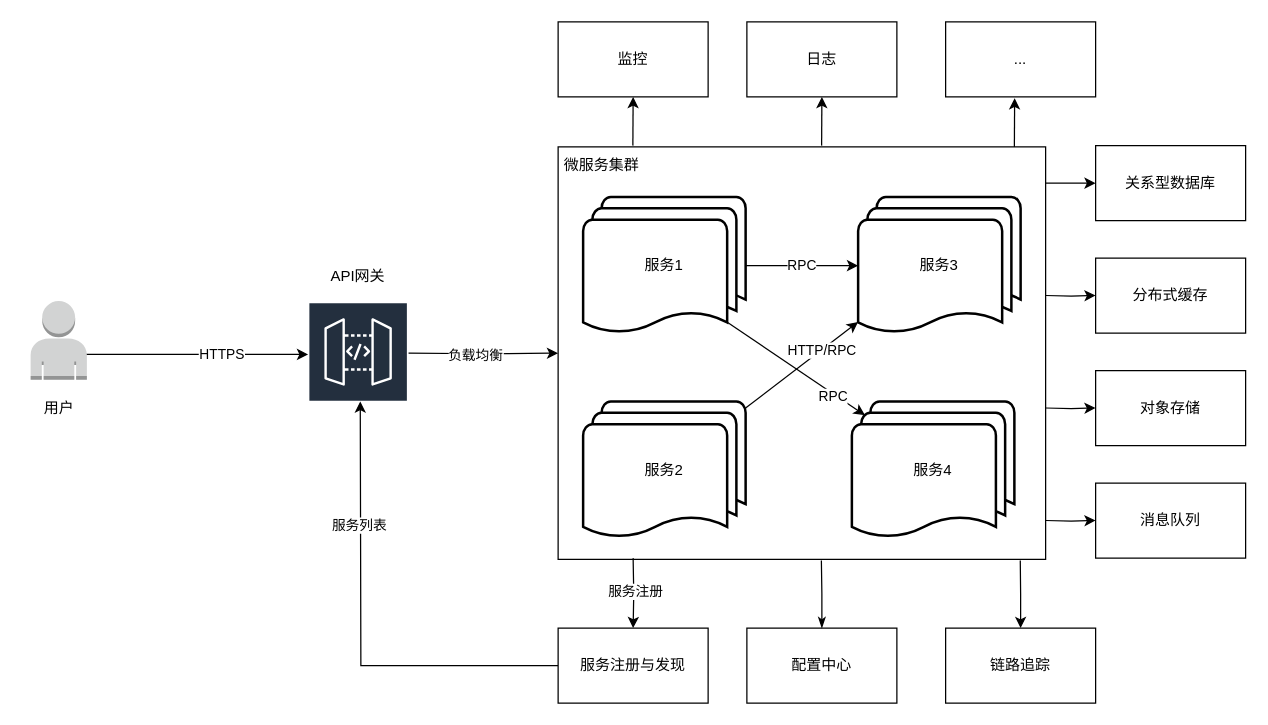
This is 微服务架构图.drawio from Lainy0605/graduate, a draw.io file, before an edit. Source tidied: cells renumbered, new cells numbered last; positions are measured from the earlier drawing's top-left corner, leaving out a move shared by most shapes. Both pictures are drawn from the tidied source at 125%, with x=0, y=0 at pixel (21, 21).
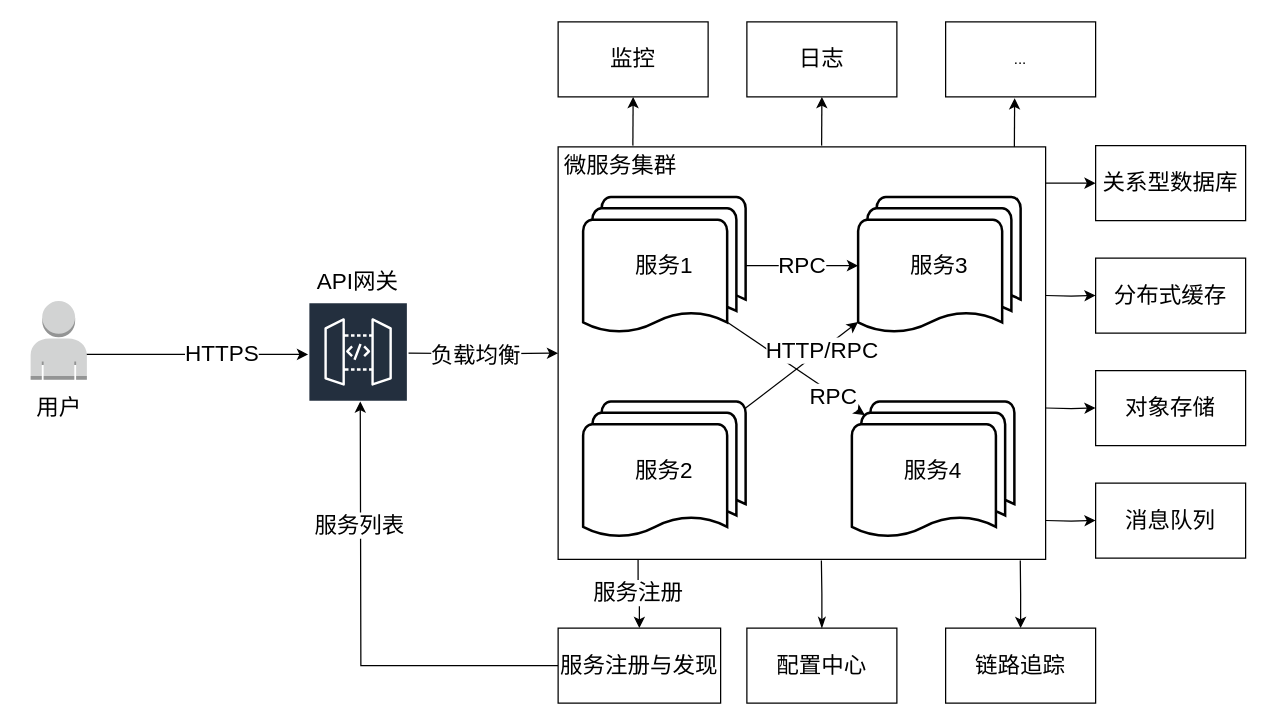
After the change.

Commit message:
更新微服务架构图.drawio

Unchanged cells that the change refers to:
```xml
<mxCell id="2" style="rounded=0;whiteSpace=wrap;html=1;" parent="1" vertex="1">
  <mxGeometry x="429" y="100" width="390" height="330" as="geometry" />
</mxCell>
<mxCell id="3" style="edgeStyle=orthogonalEdgeStyle;rounded=0;orthogonalLoop=1;jettySize=auto;html=1;" parent="1" edge="1">
  <mxGeometry relative="1" as="geometry">
    <mxPoint x="49" y="266" as="sourcePoint" />
    <mxPoint x="229" y="266" as="targetPoint" />
  </mxGeometry>
</mxCell>
<mxCell id="10" style="edgeStyle=orthogonalEdgeStyle;rounded=0;jettySize=auto;html=1;entryX=0;entryY=0.5;entryDx=0;entryDy=0;" parent="1" edge="1" target="2">
  <mxGeometry relative="1" as="geometry">
    <mxPoint x="309.3" y="265" as="sourcePoint" />
  </mxGeometry>
</mxCell>
<mxCell id="12" style="edgeStyle=orthogonalEdgeStyle;rounded=0;jettySize=auto;html=1;" parent="1" edge="1" source="14">
  <mxGeometry relative="1" as="geometry">
    <mxPoint x="270.7" y="303.6" as="targetPoint" />
  </mxGeometry>
</mxCell>
<mxCell id="28" style="rounded=0;jettySize=auto;html=1;entryX=0;entryY=0.91;entryDx=0;entryDy=0;entryPerimeter=0;" parent="1" edge="1" source="25" target="26">
  <mxGeometry relative="1" as="geometry" />
</mxCell>
```

Diff of the diagram source:
```diff
@@
-    <mxCell id="4" value="HTTPS" style="edgeLabel;html=1;align=center;verticalAlign=middle;" parent="3" vertex="1">
+    <mxCell id="4" value="&lt;font style=&quot;font-size: 18px;&quot;&gt;HTTPS&lt;/font&gt;" style="edgeLabel;html=1;align=center;verticalAlign=middle;" parent="3" vertex="1">
       <mxGeometry x="-0.13" y="1" relative="1" as="geometry">
         <mxPoint x="32" as="offset" />
       </mxGeometry>
     </mxCell>
-    <mxCell id="5" style="edgeStyle=orthogonalEdgeStyle;rounded=0;jettySize=auto;html=1;" parent="1" edge="1" target="14">
-      <mxGeometry relative="1" as="geometry">
-        <mxPoint x="489" y="429" as="sourcePoint" />
-      </mxGeometry>
+    <mxCell id="5" style="edgeStyle=orthogonalEdgeStyle;rounded=0;jettySize=auto;html=1;exitX=0.164;exitY=1.001;exitDx=0;exitDy=0;exitPerimeter=0;" parent="1" edge="1" source="2" target="14">
+      <mxGeometry relative="1" as="geometry" />
     </mxCell>
-    <mxCell id="6" value="服务注册" style="edgeLabel;html=1;align=center;verticalAlign=middle;" parent="5" vertex="1">
+    <mxCell id="6" value="&lt;font style=&quot;font-size: 18px;&quot;&gt;服务注册&lt;/font&gt;" style="edgeLabel;html=1;align=center;verticalAlign=middle;" parent="5" vertex="1">
       <mxGeometry x="-0.04" y="1" relative="1" as="geometry" />
     </mxCell>
-    <mxCell id="7" value="RPC" style="rounded=0;jettySize=auto;html=1;entryX=0;entryY=0.5;entryDx=0;entryDy=0;entryPerimeter=0;" parent="1" edge="1" source="8" target="26">
+    <mxCell id="7" value="&lt;font style=&quot;font-size: 18px;&quot;&gt;RPC&lt;/font&gt;" style="rounded=0;jettySize=auto;html=1;entryX=0;entryY=0.5;entryDx=0;entryDy=0;entryPerimeter=0;" parent="1" edge="1" source="8" target="26">
       <mxGeometry relative="1" as="geometry" />
     </mxCell>
-    <mxCell id="8" value="服务1" style="strokeWidth=2;html=1;shape=mxgraph.flowchart.multi-document;whiteSpace=wrap;" parent="1" vertex="1">
+    <mxCell id="8" value="&lt;font style=&quot;font-size: 18px;&quot;&gt;服务1&lt;/font&gt;" style="strokeWidth=2;html=1;shape=mxgraph.flowchart.multi-document;whiteSpace=wrap;" parent="1" vertex="1">
       <mxGeometry x="449" y="140" width="130" height="110" as="geometry" />
     </mxCell>
-    <mxCell id="9" value="微服务集群" style="text;html=1;whiteSpace=wrap;strokeColor=none;fillColor=none;align=center;verticalAlign=middle;rounded=0;" parent="1" vertex="1">
-      <mxGeometry x="429" y="100" width="70" height="30" as="geometry" />
+    <mxCell id="9" value="&lt;font style=&quot;font-size: 18px;&quot;&gt;微服务集群&lt;/font&gt;" style="text;html=1;whiteSpace=wrap;strokeColor=none;fillColor=none;align=center;verticalAlign=middle;rounded=0;" parent="1" vertex="1">
+      <mxGeometry x="429" y="100" width="100" height="30" as="geometry" />
     </mxCell>
@@
-    <mxCell id="11" value="负载均衡" style="edgeLabel;html=1;align=center;verticalAlign=middle;" parent="10" vertex="1">
+    <mxCell id="11" value="&lt;font style=&quot;font-size: 18px;&quot;&gt;负载均衡&lt;/font&gt;" style="edgeLabel;html=1;align=center;verticalAlign=middle;" parent="10" vertex="1">
       <mxGeometry x="-0.11" y="-1" relative="1" as="geometry" />
     </mxCell>
@@
-    <mxCell id="13" value="服务列表" style="edgeLabel;html=1;align=center;verticalAlign=middle;" parent="12" vertex="1">
+    <mxCell id="13" value="&lt;font style=&quot;font-size: 18px;&quot;&gt;服务列表&lt;/font&gt;" style="edgeLabel;html=1;align=center;verticalAlign=middle;" parent="12" vertex="1">
       <mxGeometry x="0.46" y="1" relative="1" as="geometry" />
     </mxCell>
-    <mxCell id="14" value="服务注册与发现" style="rounded=0;whiteSpace=wrap;html=1;" parent="1" vertex="1">
-      <mxGeometry x="429" y="485" width="120" height="60" as="geometry" />
+    <mxCell id="14" value="&lt;font style=&quot;font-size: 18px;&quot;&gt;服务注册与发现&lt;/font&gt;" style="rounded=0;whiteSpace=wrap;html=1;" parent="1" vertex="1">
+      <mxGeometry x="429" y="485" width="130" height="60" as="geometry" />
     </mxCell>
-    <mxCell id="15" value="RPC" style="rounded=0;jettySize=auto;html=1;entryX=0.08;entryY=0.1;entryDx=0;entryDy=0;entryPerimeter=0;exitX=0.885;exitY=0.91;exitDx=0;exitDy=0;exitPerimeter=0;" parent="1" edge="1" source="8" target="27">
+    <mxCell id="15" value="&lt;font style=&quot;font-size: 18px;&quot;&gt;RPC&lt;/font&gt;" style="rounded=0;jettySize=auto;html=1;entryX=0.08;entryY=0.1;entryDx=0;entryDy=0;entryPerimeter=0;exitX=0.885;exitY=0.91;exitDx=0;exitDy=0;exitPerimeter=0;" parent="1" edge="1" source="8" target="27">
       <mxGeometry x="0.56" y="-2" relative="1" as="geometry" />
     </mxCell>
-    <mxCell id="16" value="配置中心" style="rounded=0;whiteSpace=wrap;html=1;" parent="1" vertex="1">
+    <mxCell id="16" value="&lt;font style=&quot;font-size: 18px;&quot;&gt;配置中心&lt;/font&gt;" style="rounded=0;whiteSpace=wrap;html=1;" parent="1" vertex="1">
       <mxGeometry x="580" y="485" width="120" height="60" as="geometry" />
     </mxCell>
-    <mxCell id="17" value="关系型数据库" style="rounded=0;whiteSpace=wrap;html=1;" parent="1" vertex="1">
+    <mxCell id="17" value="&lt;font style=&quot;font-size: 18px;&quot;&gt;关系型数据库&lt;/font&gt;" style="rounded=0;whiteSpace=wrap;html=1;" parent="1" vertex="1">
       <mxGeometry x="859" y="99" width="120" height="60" as="geometry" />
     </mxCell>
-    <mxCell id="18" value="分布式缓存" style="rounded=0;whiteSpace=wrap;html=1;" parent="1" vertex="1">
+    <mxCell id="18" value="&lt;font style=&quot;font-size: 18px;&quot;&gt;分布式缓存&lt;/font&gt;" style="rounded=0;whiteSpace=wrap;html=1;" parent="1" vertex="1">
       <mxGeometry x="859" y="189" width="120" height="60" as="geometry" />
     </mxCell>
-    <mxCell id="19" value="对象存储" style="rounded=0;whiteSpace=wrap;html=1;" parent="1" vertex="1">
+    <mxCell id="19" value="&lt;font style=&quot;font-size: 18px;&quot;&gt;对象存储&lt;/font&gt;" style="rounded=0;whiteSpace=wrap;html=1;" parent="1" vertex="1">
       <mxGeometry x="859" y="279" width="120" height="60" as="geometry" />
     </mxCell>
-    <mxCell id="20" value="消息队列" style="rounded=0;whiteSpace=wrap;html=1;" parent="1" vertex="1">
+    <mxCell id="20" value="&lt;font style=&quot;font-size: 18px;&quot;&gt;消息队列&lt;/font&gt;" style="rounded=0;whiteSpace=wrap;html=1;" parent="1" vertex="1">
       <mxGeometry x="859" y="369" width="120" height="60" as="geometry" />
     </mxCell>
-    <mxCell id="21" value="链路追踪" style="rounded=0;whiteSpace=wrap;html=1;" parent="1" vertex="1">
+    <mxCell id="21" value="&lt;font style=&quot;font-size: 18px;&quot;&gt;链路追踪&lt;/font&gt;" style="rounded=0;whiteSpace=wrap;html=1;" parent="1" vertex="1">
       <mxGeometry x="739" y="485" width="120" height="60" as="geometry" />
     </mxCell>
-    <mxCell id="22" value="监控" style="rounded=0;whiteSpace=wrap;html=1;" parent="1" vertex="1">
+    <mxCell id="22" value="&lt;font style=&quot;font-size: 18px;&quot;&gt;监控&lt;/font&gt;" style="rounded=0;whiteSpace=wrap;html=1;" parent="1" vertex="1">
       <mxGeometry x="429" width="120" height="60" as="geometry" />
     </mxCell>
-    <mxCell id="23" value="日志" style="rounded=0;whiteSpace=wrap;html=1;" parent="1" vertex="1">
+    <mxCell id="23" value="&lt;font style=&quot;font-size: 18px;&quot;&gt;日志&lt;/font&gt;" style="rounded=0;whiteSpace=wrap;html=1;" parent="1" vertex="1">
       <mxGeometry x="580" width="120" height="60" as="geometry" />
     </mxCell>
@@
-    <mxCell id="25" value="服务2" style="strokeWidth=2;html=1;shape=mxgraph.flowchart.multi-document;whiteSpace=wrap;" parent="1" vertex="1">
+    <mxCell id="25" value="&lt;font style=&quot;font-size: 18px;&quot;&gt;服务2&lt;/font&gt;" style="strokeWidth=2;html=1;shape=mxgraph.flowchart.multi-document;whiteSpace=wrap;" parent="1" vertex="1">
       <mxGeometry x="449" y="303.6" width="130" height="110" as="geometry" />
     </mxCell>
-    <mxCell id="26" value="服务3" style="strokeWidth=2;html=1;shape=mxgraph.flowchart.multi-document;whiteSpace=wrap;" parent="1" vertex="1">
+    <mxCell id="26" value="&lt;font style=&quot;font-size: 18px;&quot;&gt;服务3&lt;/font&gt;" style="strokeWidth=2;html=1;shape=mxgraph.flowchart.multi-document;whiteSpace=wrap;" parent="1" vertex="1">
       <mxGeometry x="669" y="140" width="130" height="110" as="geometry" />
     </mxCell>
-    <mxCell id="27" value="服务4" style="strokeWidth=2;html=1;shape=mxgraph.flowchart.multi-document;whiteSpace=wrap;" parent="1" vertex="1">
+    <mxCell id="27" value="&lt;font style=&quot;font-size: 18px;&quot;&gt;服务4&lt;/font&gt;" style="strokeWidth=2;html=1;shape=mxgraph.flowchart.multi-document;whiteSpace=wrap;" parent="1" vertex="1">
       <mxGeometry x="664" y="303.6" width="130" height="110" as="geometry" />
     </mxCell>
@@
-    <mxCell id="29" value="HTTP/RPC" style="edgeLabel;html=1;align=center;verticalAlign=middle;" parent="28" vertex="1">
+    <mxCell id="29" value="&lt;font style=&quot;font-size: 18px;&quot;&gt;HTTP/RPC&lt;/font&gt;" style="edgeLabel;html=1;align=center;verticalAlign=middle;" parent="28" vertex="1">
       <mxGeometry x="0.34" relative="1" as="geometry" />
     </mxCell>
@@
-    <mxCell id="39" value="API网关" style="text;html=1;whiteSpace=wrap;strokeColor=none;fillColor=none;align=center;verticalAlign=middle;rounded=0;" parent="1" vertex="1">
-      <mxGeometry x="239" y="189" width="60" height="30" as="geometry" />
+    <mxCell id="39" value="&lt;font style=&quot;font-size: 18px;&quot;&gt;API网关&lt;/font&gt;" style="text;html=1;whiteSpace=wrap;strokeColor=none;fillColor=none;align=center;verticalAlign=middle;rounded=0;" parent="1" vertex="1">
+      <mxGeometry x="234" y="193.2" width="70" height="30" as="geometry" />
     </mxCell>
@@
-    <mxCell id="41" value="用户" style="text;html=1;whiteSpace=wrap;strokeColor=none;fillColor=none;align=center;verticalAlign=middle;rounded=0;" parent="1" vertex="1">
+    <mxCell id="41" value="&lt;font style=&quot;font-size: 18px;&quot;&gt;用户&lt;/font&gt;" style="text;html=1;whiteSpace=wrap;strokeColor=none;fillColor=none;align=center;verticalAlign=middle;rounded=0;" parent="1" vertex="1">
       <mxGeometry y="294" width="60" height="30" as="geometry" />
     </mxCell>
```
